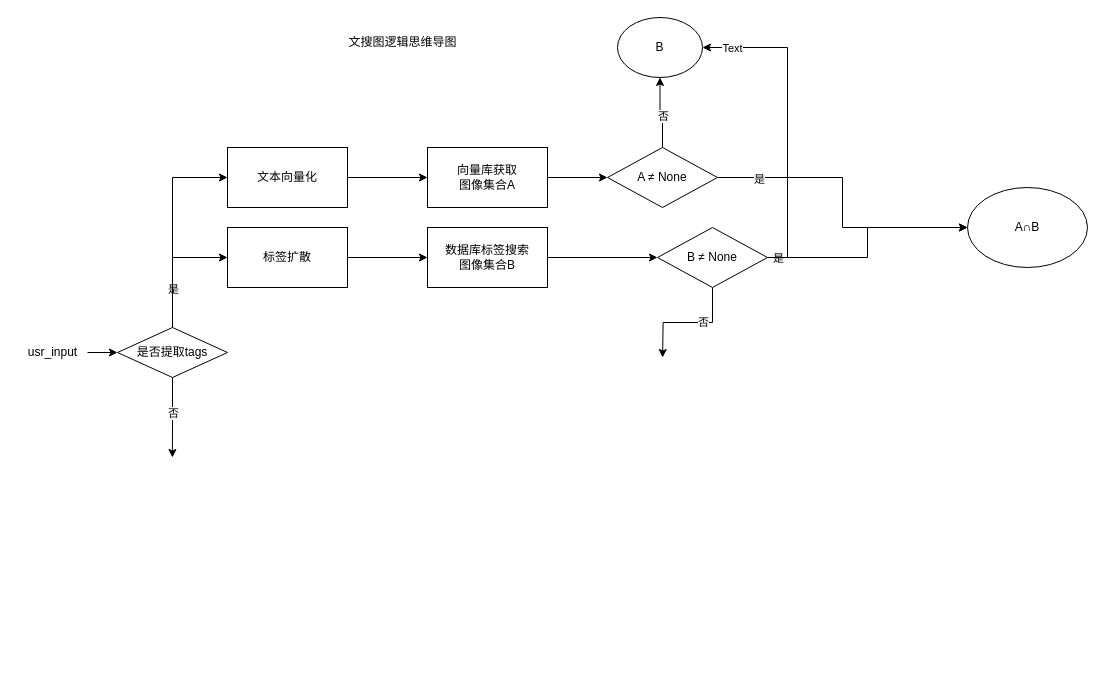
Earlier version of the draw.io diagram 文搜图.drawio (huaxiaojilzg/workflow_draw). Source tidied: cells renumbered, new cells numbered last; positions are measured from the earlier drawing's top-left corner, leaving out a move shared by most shapes. Both pictures are drawn from the tidied source at 100%, with x=0, y=0 at pixel (17, 17).
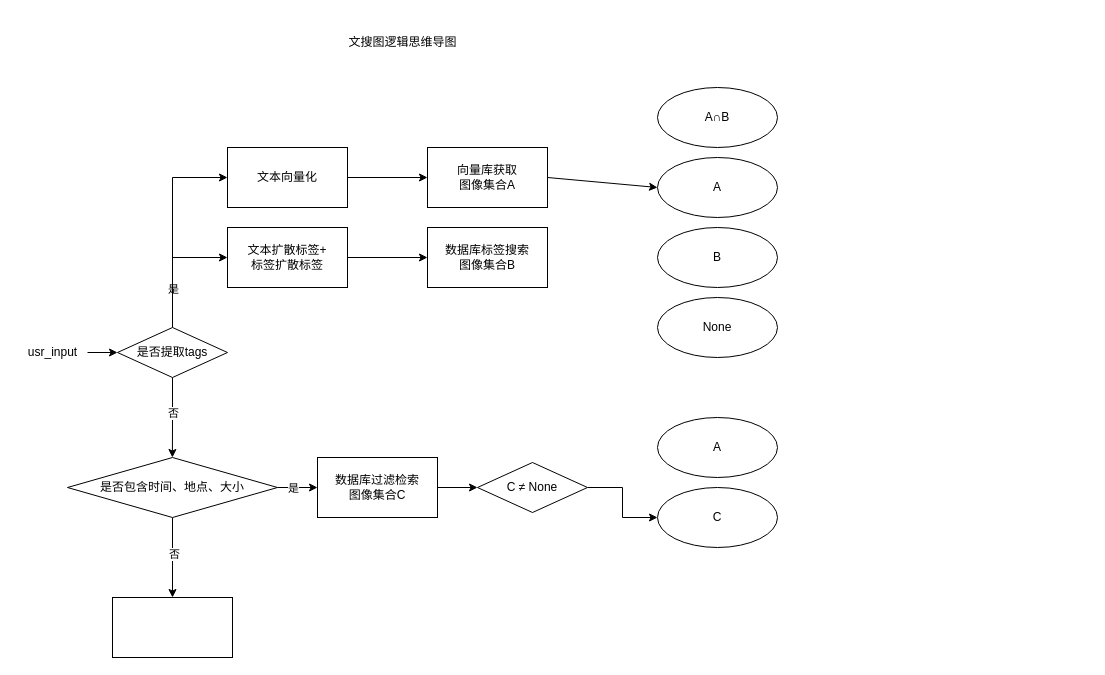
Above is the later version.

Commit message (it also covers changes not shown here):
更新文搜图.drawio

The change refers to these unchanged cells:
```xml
<mxCell id="16" value="向量库获取&lt;br&gt;图像集合A" style="whiteSpace=wrap;html=1;rounded=0;" parent="1" vertex="1">
  <mxGeometry x="410" y="130" width="120" height="60" as="geometry" />
</mxCell>
<mxCell id="18" value="数据库标签搜索&lt;br&gt;图像集合B" style="whiteSpace=wrap;html=1;rounded=0;" parent="1" vertex="1">
  <mxGeometry x="410" y="210" width="120" height="60" as="geometry" />
</mxCell>
```

Change to the diagram source:
```diff
@@
-    <mxCell id="14" value="标签扩散" style="rounded=0;whiteSpace=wrap;html=1;" parent="1" vertex="1">
+    <mxCell id="14" value="文本扩散标签+&lt;br&gt;标签扩散标签" style="rounded=0;whiteSpace=wrap;html=1;" parent="1" vertex="1">
       <mxGeometry x="210" y="210" width="120" height="60" as="geometry" />
     </mxCell>
-    <mxCell id="15" style="edgeStyle=orthogonalEdgeStyle;rounded=0;jettySize=auto;html=1;" parent="1" edge="1" source="16" target="23">
-      <mxGeometry relative="1" as="geometry" />
-    </mxCell>
+    <mxCell id="33" style="rounded=0;jettySize=auto;html=1;exitX=1;exitY=0.5;exitDx=0;exitDy=0;entryX=0;entryY=0.5;entryDx=0;entryDy=0;" parent="1" edge="1" source="16" target="34">
+      <mxGeometry relative="1" as="geometry" />
+    </mxCell>
@@
-    <mxCell id="17" style="edgeStyle=orthogonalEdgeStyle;rounded=0;jettySize=auto;html=1;" parent="1" edge="1" source="18" target="30">
-      <mxGeometry relative="1" as="geometry" />
-    </mxCell>
@@
-    <mxCell id="19" style="edgeStyle=orthogonalEdgeStyle;rounded=0;jettySize=auto;html=1;" parent="1" edge="1" source="23" target="31">
-      <mxGeometry relative="1" as="geometry" />
-    </mxCell>
-    <mxCell id="20" value="是" style="edgeLabel;html=1;align=center;verticalAlign=middle;" parent="19" vertex="1">
-      <mxGeometry x="-0.73" y="-1" relative="1" as="geometry" />
-    </mxCell>
-    <mxCell id="21" style="edgeStyle=orthogonalEdgeStyle;rounded=0;jettySize=auto;html=1;" parent="1" edge="1" source="23" target="32">
-      <mxGeometry relative="1" as="geometry" />
-    </mxCell>
-    <mxCell id="22" value="否" style="edgeLabel;html=1;align=center;verticalAlign=middle;" parent="21" vertex="1">
-      <mxGeometry x="-0.11" relative="1" as="geometry" />
-    </mxCell>
-    <mxCell id="23" value="A ≠ None" style="rhombus;whiteSpace=wrap;html=1;rounded=0;" parent="1" vertex="1">
-      <mxGeometry x="590" y="130" width="110" height="60" as="geometry" />
-    </mxCell>
-    <mxCell id="24" style="edgeStyle=orthogonalEdgeStyle;rounded=0;jettySize=auto;html=1;" parent="1" edge="1" source="30" target="31">
-      <mxGeometry relative="1" as="geometry" />
-    </mxCell>
-    <mxCell id="25" value="是" style="edgeLabel;html=1;align=center;verticalAlign=middle;" parent="24" vertex="1">
-      <mxGeometry x="-0.73" relative="1" as="geometry">
-        <mxPoint x="-21" as="offset" />
-      </mxGeometry>
-    </mxCell>
-    <mxCell id="26" style="edgeStyle=orthogonalEdgeStyle;rounded=0;jettySize=auto;html=1;exitX=0.5;exitY=1;exitDx=0;exitDy=0;" parent="1" edge="1" source="30">
-      <mxGeometry relative="1" as="geometry">
-        <mxPoint x="645.1" y="340" as="targetPoint" />
-      </mxGeometry>
-    </mxCell>
-    <mxCell id="27" value="否" style="edgeLabel;html=1;align=center;verticalAlign=middle;" parent="26" vertex="1">
-      <mxGeometry x="-0.25" y="-1" relative="1" as="geometry" />
-    </mxCell>
-    <mxCell id="28" style="edgeStyle=orthogonalEdgeStyle;rounded=0;jettySize=auto;html=1;exitX=1;exitY=0.5;exitDx=0;exitDy=0;entryX=1;entryY=0.5;entryDx=0;entryDy=0;" parent="1" edge="1" source="30" target="32">
-      <mxGeometry relative="1" as="geometry" />
-    </mxCell>
-    <mxCell id="29" value="Text" style="edgeLabel;html=1;align=center;verticalAlign=middle;" parent="28" vertex="1">
-      <mxGeometry x="0.82" y="1" relative="1" as="geometry">
-        <mxPoint x="1" y="-1" as="offset" />
-      </mxGeometry>
-    </mxCell>
-    <mxCell id="30" value="B ≠&amp;nbsp;None" style="rhombus;whiteSpace=wrap;html=1;rounded=0;" parent="1" vertex="1">
-      <mxGeometry x="640" y="210" width="110" height="60" as="geometry" />
-    </mxCell>
-    <mxCell id="31" value="A∩B" style="ellipse;whiteSpace=wrap;html=1;" parent="1" vertex="1">
-      <mxGeometry x="950" y="170" width="120" height="80" as="geometry" />
+    <mxCell id="31" value="A∩B" style="ellipse;whiteSpace=wrap;html=1;flipH=1;flipV=1;" parent="1" vertex="1">
+      <mxGeometry x="640" y="70" width="120" height="60" as="geometry" />
     </mxCell>
+    <mxCell id="34" value="A" style="ellipse;whiteSpace=wrap;html=1;flipH=1;flipV=1;" parent="1" vertex="1">
+      <mxGeometry x="640" y="140" width="120" height="60" as="geometry" />
+    </mxCell>
-    <mxCell id="32" value="B" style="ellipse;whiteSpace=wrap;html=1;rounded=0;" parent="1" vertex="1">
-      <mxGeometry x="600" width="85" height="60" as="geometry" />
+    <mxCell id="32" value="B" style="ellipse;whiteSpace=wrap;html=1;flipH=1;flipV=1;" parent="1" vertex="1">
+      <mxGeometry x="640" y="210" width="120" height="60" as="geometry" />
     </mxCell>
+    <mxCell id="35" value="None" style="ellipse;whiteSpace=wrap;html=1;flipH=1;flipV=1;" parent="1" vertex="1">
+      <mxGeometry x="640" y="280" width="120" height="60" as="geometry" />
+    </mxCell>
+    <mxCell id="36" style="edgeStyle=orthogonalEdgeStyle;rounded=0;jettySize=auto;html=1;" parent="1" edge="1" source="40" target="42">
+      <mxGeometry relative="1" as="geometry" />
+    </mxCell>
+    <mxCell id="37" value="是" style="edgeLabel;html=1;align=center;verticalAlign=middle;" parent="36" vertex="1">
+      <mxGeometry x="-0.1" relative="1" as="geometry">
+        <mxPoint x="-3" as="offset" />
+      </mxGeometry>
+    </mxCell>
+    <mxCell id="38" style="edgeStyle=orthogonalEdgeStyle;rounded=0;jettySize=auto;html=1;" parent="1" edge="1" source="40" target="47">
+      <mxGeometry relative="1" as="geometry" />
+    </mxCell>
+    <mxCell id="39" value="否" style="edgeLabel;html=1;align=center;verticalAlign=middle;" parent="38" vertex="1">
+      <mxGeometry x="-0.11" y="1" relative="1" as="geometry" />
+    </mxCell>
+    <mxCell id="40" value="是否包含时间、地点、大小" style="rhombus;whiteSpace=wrap;html=1;" parent="1" vertex="1">
+      <mxGeometry x="50" y="440" width="210" height="60" as="geometry" />
+    </mxCell>
+    <mxCell id="41" style="edgeStyle=orthogonalEdgeStyle;rounded=0;jettySize=auto;html=1;" parent="1" edge="1" source="42" target="46">
+      <mxGeometry relative="1" as="geometry" />
+    </mxCell>
+    <mxCell id="42" value="数据库过滤检索&lt;br&gt;图像集合C" style="whiteSpace=wrap;html=1;" parent="1" vertex="1">
+      <mxGeometry x="300" y="440" width="120" height="60" as="geometry" />
+    </mxCell>
+    <mxCell id="43" value="C" style="ellipse;whiteSpace=wrap;html=1;flipH=1;flipV=1;" parent="1" vertex="1">
+      <mxGeometry x="640" y="470" width="120" height="60" as="geometry" />
+    </mxCell>
+    <mxCell id="44" value="A" style="ellipse;whiteSpace=wrap;html=1;flipH=1;flipV=1;" parent="1" vertex="1">
+      <mxGeometry x="640" y="400" width="120" height="60" as="geometry" />
+    </mxCell>
+    <mxCell id="45" style="edgeStyle=orthogonalEdgeStyle;rounded=0;jettySize=auto;html=1;exitX=1;exitY=0.5;exitDx=0;exitDy=0;entryX=0;entryY=0.5;entryDx=0;entryDy=0;" parent="1" edge="1" source="46" target="43">
+      <mxGeometry relative="1" as="geometry" />
+    </mxCell>
+    <mxCell id="46" value="C ≠ None" style="rhombus;whiteSpace=wrap;html=1;" parent="1" vertex="1">
+      <mxGeometry x="460" y="445" width="110" height="50" as="geometry" />
+    </mxCell>
+    <mxCell id="47" style="whiteSpace=wrap;html=1;" parent="1" vertex="1">
+      <mxGeometry x="95" y="580" width="120" height="60" as="geometry" />
+    </mxCell>
```
